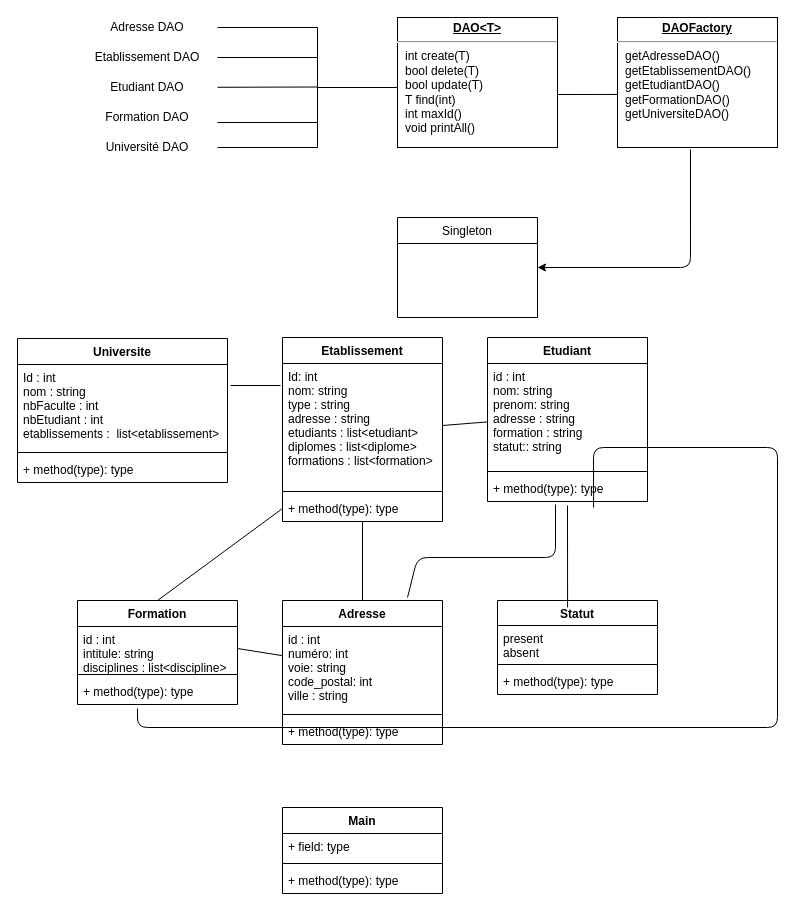
This is UML XML.drawio from Clandboy/test, a draw.io file, before an edit. Source tidied: cells renumbered, new cells numbered last; positions are measured from the earlier drawing's top-left corner, leaving out a move shared by most shapes. Both pictures are drawn from the tidied source at 100%, with x=0, y=0 at pixel (17, 17).
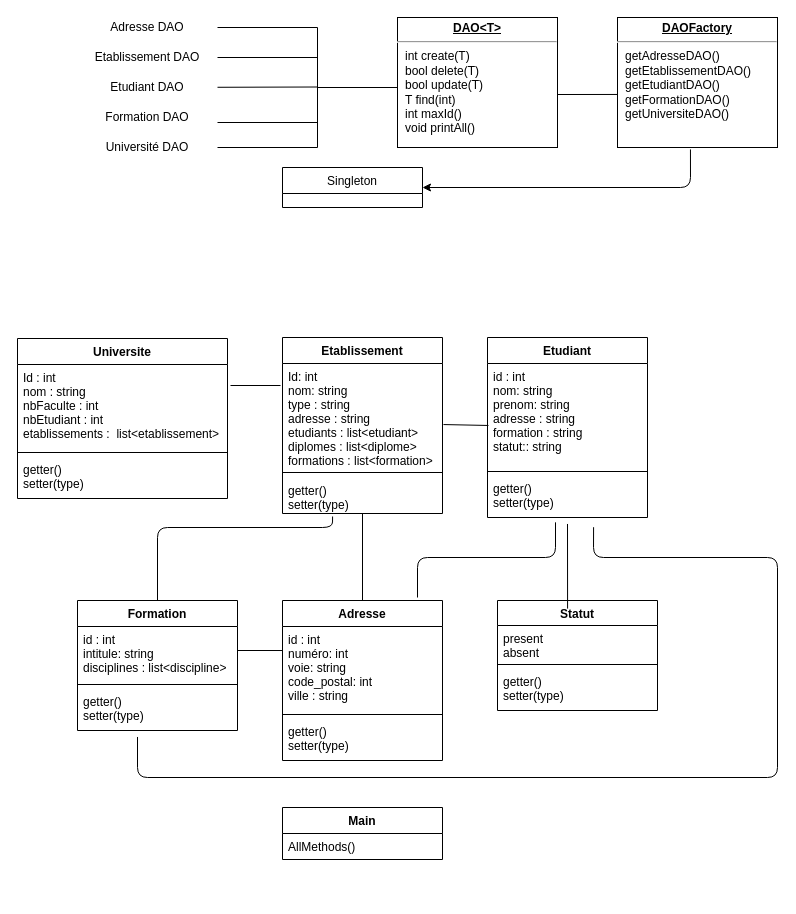
The same diagram, later.

Unchanged cells that the change refers to:
```xml
<mxCell id="15" value="&lt;p style=&quot;margin: 0px ; margin-top: 4px ; text-align: center ; text-decoration: underline&quot;&gt;&lt;b&gt;DAOFactory&lt;/b&gt;&lt;/p&gt;&lt;hr&gt;&lt;p style=&quot;margin: 0px ; margin-left: 8px&quot;&gt;getAdresseDAO()&lt;/p&gt;&lt;p style=&quot;margin: 0px ; margin-left: 8px&quot;&gt;getEtablissementDAO()&lt;/p&gt;&lt;p style=&quot;margin: 0px ; margin-left: 8px&quot;&gt;getEtudiantDAO()&lt;/p&gt;&lt;p style=&quot;margin: 0px ; margin-left: 8px&quot;&gt;getFormationDAO()&lt;/p&gt;&lt;p style=&quot;margin: 0px ; margin-left: 8px&quot;&gt;getUniversiteDAO()&lt;/p&gt;" style="verticalAlign=top;align=left;overflow=fill;fontSize=12;fontFamily=Helvetica;html=1;" parent="1" vertex="1">
  <mxGeometry x="600" width="160" height="130" as="geometry" />
</mxCell>
<mxCell id="28" value="id : int&#10;nom: string&#10;prenom: string&#10;adresse : string&#10;formation : string&#10;statut:: string&#10;" style="text;strokeColor=none;fillColor=none;align=left;verticalAlign=top;spacingLeft=4;spacingRight=4;overflow=hidden;points=[[0,0.5],[1,0.5]];portConstraint=eastwest;" parent="27" vertex="1">
  <mxGeometry y="26" width="160" height="104" as="geometry" />
</mxCell>
<mxCell id="36" value="id : int&#10;numéro: int&#10;voie: string&#10;code_postal: int&#10;ville : string&#10;&#10;" style="text;strokeColor=none;fillColor=none;align=left;verticalAlign=top;spacingLeft=4;spacingRight=4;overflow=hidden;points=[[0,0.5],[1,0.5]];portConstraint=eastwest;" parent="35" vertex="1">
  <mxGeometry y="26" width="160" height="84" as="geometry" />
</mxCell>
```

Diff of the diagram source:
```diff
@@
     <mxCell id="17" style="endArrow=classic;html=1;exitX=0.456;exitY=1.015;exitDx=0;exitDy=0;exitPerimeter=0;entryX=1;entryY=0.5;entryDx=0;entryDy=0;" parent="1" edge="1" source="15" target="18">
       <mxGeometry relative="1" as="geometry">
         <Array as="points">
-          <mxPoint x="673" y="250" />
+          <mxPoint x="673" y="170" />
         </Array>
       </mxGeometry>
     </mxCell>
     <mxCell id="18" value="Singleton" style="swimlane;fontStyle=0;horizontal=1;startSize=26;fillColor=none;" parent="1" vertex="1">
-      <mxGeometry x="380" y="200" width="140" height="100" as="geometry" />
+      <mxGeometry x="265" y="150" width="140" height="40" as="geometry" />
     </mxCell>
     <mxCell id="19" value="Universite" style="swimlane;fontStyle=1;align=center;verticalAlign=top;horizontal=1;startSize=26;" parent="1" vertex="1">
-      <mxGeometry y="321" width="210" height="144" as="geometry" />
+      <mxGeometry y="321" width="210" height="160" as="geometry" />
     </mxCell>
@@
-    <mxCell id="22" value="+ method(type): type" style="text;strokeColor=none;fillColor=none;align=left;verticalAlign=top;spacingLeft=4;spacingRight=4;overflow=hidden;" parent="19" vertex="1">
-      <mxGeometry y="118" width="210" height="26" as="geometry" />
+    <mxCell id="22" value="getter()&#10;setter(type)&#10;" style="text;strokeColor=none;fillColor=none;align=left;verticalAlign=top;spacingLeft=4;spacingRight=4;overflow=hidden;" parent="19" vertex="1">
+      <mxGeometry y="118" width="210" height="42" as="geometry" />
     </mxCell>
     <mxCell id="23" value="Etablissement" style="swimlane;fontStyle=1;align=center;verticalAlign=top;horizontal=1;startSize=26;" parent="1" vertex="1">
-      <mxGeometry x="265" y="320" width="160" height="184" as="geometry" />
+      <mxGeometry x="265" y="320" width="160" height="176" as="geometry" />
     </mxCell>
     <mxCell id="24" value="Id: int&#10;nom: string&#10;type : string&#10;adresse : string&#10;etudiants : list&lt;etudiant&gt;&#10;diplomes : list&lt;diplome&gt;&#10;formations : list&lt;formation&gt;&#10;" style="text;strokeColor=none;fillColor=none;align=left;verticalAlign=top;spacingLeft=4;spacingRight=4;overflow=hidden;points=[[0,0.5],[1,0.5]];portConstraint=eastwest;" parent="23" vertex="1">
-      <mxGeometry y="26" width="160" height="124" as="geometry" />
+      <mxGeometry y="26" width="160" height="104" as="geometry" />
     </mxCell>
     <mxCell id="25" style="line;strokeWidth=1;fillColor=none;align=left;verticalAlign=middle;spacingTop=-1;spacingLeft=3;spacingRight=3;labelPosition=right;" parent="23" vertex="1">
-      <mxGeometry y="150" width="160" height="8" as="geometry" />
+      <mxGeometry y="130" width="160" height="10" as="geometry" />
     </mxCell>
-    <mxCell id="26" value="+ method(type): type" style="text;strokeColor=none;fillColor=none;align=left;verticalAlign=top;spacingLeft=4;spacingRight=4;overflow=hidden;points=[[0,0.5],[1,0.5]];portConstraint=eastwest;" parent="23" vertex="1">
-      <mxGeometry y="158" width="160" height="26" as="geometry" />
+    <mxCell id="26" value="getter()&#10;setter(type)&#10;" style="text;strokeColor=none;fillColor=none;align=left;verticalAlign=top;spacingLeft=4;spacingRight=4;overflow=hidden;points=[[0,0.5],[1,0.5]];portConstraint=eastwest;" parent="23" vertex="1">
+      <mxGeometry y="140" width="160" height="36" as="geometry" />
     </mxCell>
     <mxCell id="27" value="Etudiant" style="swimlane;fontStyle=1;align=center;verticalAlign=top;horizontal=1;startSize=26;" parent="1" vertex="1">
-      <mxGeometry x="470" y="320" width="160" height="164" as="geometry" />
+      <mxGeometry x="470" y="320" width="160" height="180" as="geometry" />
     </mxCell>
@@
-    <mxCell id="30" value="+ method(type): type" style="text;strokeColor=none;fillColor=none;align=left;verticalAlign=top;spacingLeft=4;spacingRight=4;overflow=hidden;points=[[0,0.5],[1,0.5]];portConstraint=eastwest;" parent="27" vertex="1">
-      <mxGeometry y="138" width="160" height="26" as="geometry" />
+    <mxCell id="30" value="getter()&#10;setter(type)&#10;&#10;" style="text;strokeColor=none;fillColor=none;align=left;verticalAlign=top;spacingLeft=4;spacingRight=4;overflow=hidden;points=[[0,0.5],[1,0.5]];portConstraint=eastwest;" parent="27" vertex="1">
+      <mxGeometry y="138" width="160" height="42" as="geometry" />
     </mxCell>
     <mxCell id="31" value="Formation&#10;&#10;" style="swimlane;fontStyle=1;align=center;verticalAlign=top;horizontal=1;startSize=26;" parent="1" vertex="1">
-      <mxGeometry x="60" y="583" width="160" height="104" as="geometry" />
+      <mxGeometry x="60" y="583" width="160" height="130" as="geometry" />
     </mxCell>
     <mxCell id="32" value="id : int&#10;intitule: string&#10;disciplines : list&lt;discipline&gt;&#10;" style="text;strokeColor=none;fillColor=none;align=left;verticalAlign=top;spacingLeft=4;spacingRight=4;overflow=hidden;points=[[0,0.5],[1,0.5]];portConstraint=eastwest;" parent="31" vertex="1">
-      <mxGeometry y="26" width="160" height="44" as="geometry" />
+      <mxGeometry y="26" width="160" height="54" as="geometry" />
     </mxCell>
     <mxCell id="33" style="line;strokeWidth=1;fillColor=none;align=left;verticalAlign=middle;spacingTop=-1;spacingLeft=3;spacingRight=3;labelPosition=right;" parent="31" vertex="1">
-      <mxGeometry y="70" width="160" height="8" as="geometry" />
+      <mxGeometry y="80" width="160" height="8" as="geometry" />
     </mxCell>
-    <mxCell id="34" value="+ method(type): type" style="text;strokeColor=none;fillColor=none;align=left;verticalAlign=top;spacingLeft=4;spacingRight=4;overflow=hidden;points=[[0,0.5],[1,0.5]];portConstraint=eastwest;" parent="31" vertex="1">
-      <mxGeometry y="78" width="160" height="26" as="geometry" />
+    <mxCell id="34" value="getter()&#10;setter(type)&#10;&#10;" style="text;strokeColor=none;fillColor=none;align=left;verticalAlign=top;spacingLeft=4;spacingRight=4;overflow=hidden;points=[[0,0.5],[1,0.5]];portConstraint=eastwest;" parent="31" vertex="1">
+      <mxGeometry y="88" width="160" height="42" as="geometry" />
     </mxCell>
     <mxCell id="35" value="Adresse" style="swimlane;fontStyle=1;align=center;verticalAlign=top;horizontal=1;startSize=26;" parent="1" vertex="1">
-      <mxGeometry x="265" y="583" width="160" height="144" as="geometry" />
+      <mxGeometry x="265" y="583" width="160" height="160" as="geometry" />
     </mxCell>
@@
-    <mxCell id="38" value="+ method(type): type" style="text;strokeColor=none;fillColor=none;align=left;verticalAlign=top;spacingLeft=4;spacingRight=4;overflow=hidden;" parent="35" vertex="1">
-      <mxGeometry y="118" width="160" height="26" as="geometry" />
+    <mxCell id="38" value="getter()&#10;setter(type)&#10;&#10;" style="text;strokeColor=none;fillColor=none;align=left;verticalAlign=top;spacingLeft=4;spacingRight=4;overflow=hidden;" parent="35" vertex="1">
+      <mxGeometry y="118" width="160" height="42" as="geometry" />
     </mxCell>
     <mxCell id="39" value="Statut" style="swimlane;fontStyle=1;align=center;verticalAlign=top;horizontal=1;startSize=25;" parent="1" vertex="1">
-      <mxGeometry x="480" y="583" width="160" height="94" as="geometry" />
+      <mxGeometry x="480" y="583" width="160" height="110" as="geometry" />
     </mxCell>
@@
-    <mxCell id="42" value="+ method(type): type" style="text;strokeColor=none;fillColor=none;align=left;verticalAlign=top;spacingLeft=4;spacingRight=4;overflow=hidden;" parent="39" vertex="1">
-      <mxGeometry y="68" width="160" height="26" as="geometry" />
+    <mxCell id="42" value="getter()&#10;setter(type)&#10;&#10;" style="text;strokeColor=none;fillColor=none;align=left;verticalAlign=top;spacingLeft=4;spacingRight=4;overflow=hidden;" parent="39" vertex="1">
+      <mxGeometry y="68" width="160" height="42" as="geometry" />
     </mxCell>
     <mxCell id="43" value="Main" style="swimlane;fontStyle=1;align=center;verticalAlign=top;horizontal=1;startSize=26;" parent="1" vertex="1">
-      <mxGeometry x="265" y="790" width="160" height="86" as="geometry" />
+      <mxGeometry x="265" y="790" width="160" height="52" as="geometry" />
     </mxCell>
-    <mxCell id="44" value="+ field: type" style="text;strokeColor=none;fillColor=none;align=left;verticalAlign=top;spacingLeft=4;spacingRight=4;overflow=hidden;" parent="43" vertex="1">
-      <mxGeometry y="26" width="160" height="26" as="geometry" />
-    </mxCell>
-    <mxCell id="45" style="line;strokeWidth=1;fillColor=none;align=left;verticalAlign=middle;spacingTop=-1;spacingLeft=3;spacingRight=3;labelPosition=right;" parent="43" vertex="1">
-      <mxGeometry y="52" width="160" height="8" as="geometry" />
-    </mxCell>
-    <mxCell id="46" value="+ method(type): type" style="text;strokeColor=none;fillColor=none;align=left;verticalAlign=top;spacingLeft=4;spacingRight=4;overflow=hidden;" parent="43" vertex="1">
-      <mxGeometry y="60" width="160" height="26" as="geometry" />
+    <mxCell id="46" value="AllMethods()" style="text;strokeColor=none;fillColor=none;align=left;verticalAlign=top;spacingLeft=4;spacingRight=4;overflow=hidden;" parent="43" vertex="1">
+      <mxGeometry y="26" width="160" height="26" as="geometry" />
     </mxCell>
@@
-    <mxCell id="49" style="endArrow=none;html=1;exitX=1;exitY=0.5;exitDx=0;exitDy=0;" parent="1" edge="1" source="24" target="28">
-      <mxGeometry relative="1" as="geometry" />
-    </mxCell>
-    <mxCell id="50" style="endArrow=none;html=1;exitX=1;exitY=0.5;exitDx=0;exitDy=0;" parent="1" edge="1" source="32" target="36">
-      <mxGeometry relative="1" as="geometry" />
+    <mxCell id="50" style="endArrow=none;html=1;entryX=0;entryY=0.286;entryDx=0;entryDy=0;entryPerimeter=0;" parent="1" edge="1" target="36">
+      <mxGeometry relative="1" as="geometry">
+        <mxPoint x="220" y="633" as="sourcePoint" />
+      </mxGeometry>
     </mxCell>
@@
     <mxCell id="53" style="endArrow=none;html=1;entryX=0.425;entryY=1.115;entryDx=0;entryDy=0;entryPerimeter=0;" parent="1" edge="1" target="30">
       <mxGeometry relative="1" as="geometry">
-        <mxPoint x="390" y="580" as="sourcePoint" />
+        <mxPoint x="400" y="580" as="sourcePoint" />
         <Array as="points">
           <mxPoint x="400" y="540" />
           <mxPoint x="538" y="540" />
         </Array>
       </mxGeometry>
     </mxCell>
-    <mxCell id="54" style="endArrow=none;html=1;entryX=0;entryY=0.5;entryDx=0;entryDy=0;exitX=0.5;exitY=0;exitDx=0;exitDy=0;" parent="1" edge="1" source="31" target="26">
-      <mxGeometry relative="1" as="geometry" />
+    <mxCell id="54" style="endArrow=none;html=1;entryX=0.313;entryY=1.083;entryDx=0;entryDy=0;exitX=0.5;exitY=0;exitDx=0;exitDy=0;entryPerimeter=0;" parent="1" edge="1" source="31" target="26">
+      <mxGeometry relative="1" as="geometry">
+        <Array as="points">
+          <mxPoint x="140" y="510" />
+          <mxPoint x="315" y="510" />
+        </Array>
+      </mxGeometry>
     </mxCell>
     <mxCell id="55" style="endArrow=none;html=1;entryX=0.375;entryY=1.154;entryDx=0;entryDy=0;entryPerimeter=0;exitX=0.663;exitY=1.231;exitDx=0;exitDy=0;exitPerimeter=0;" parent="1" edge="1" source="30" target="34">
       <mxGeometry relative="1" as="geometry">
         <Array as="points">
-          <mxPoint x="576" y="430" />
-          <mxPoint x="760" y="430" />
-          <mxPoint x="760" y="710" />
-          <mxPoint x="120" y="710" />
+          <mxPoint x="576" y="540" />
+          <mxPoint x="760" y="540" />
+          <mxPoint x="760" y="760" />
+          <mxPoint x="120" y="760" />
         </Array>
       </mxGeometry>
     </mxCell>
+    <mxCell id="56" style="endArrow=none;html=1;entryX=1.006;entryY=0.587;entryDx=0;entryDy=0;exitX=0.006;exitY=0.596;exitDx=0;exitDy=0;exitPerimeter=0;entryPerimeter=0;" parent="1" edge="1" source="28" target="24">
+      <mxGeometry relative="1" as="geometry" />
+    </mxCell>
```
